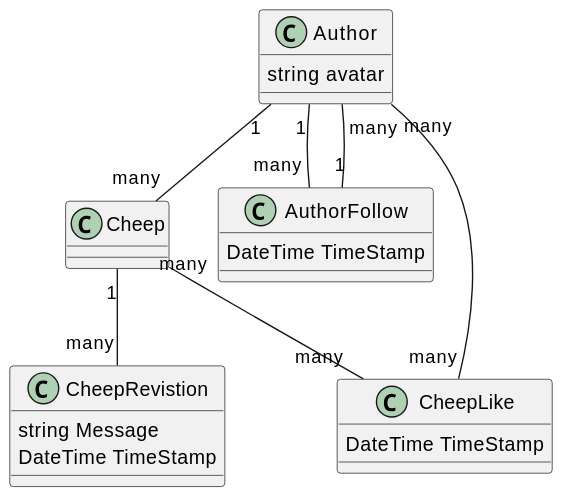
Earlier version of the PlantUML export docs/images/domain-model.svg (ITU-BDSA2024-GROUP17/Chirp).
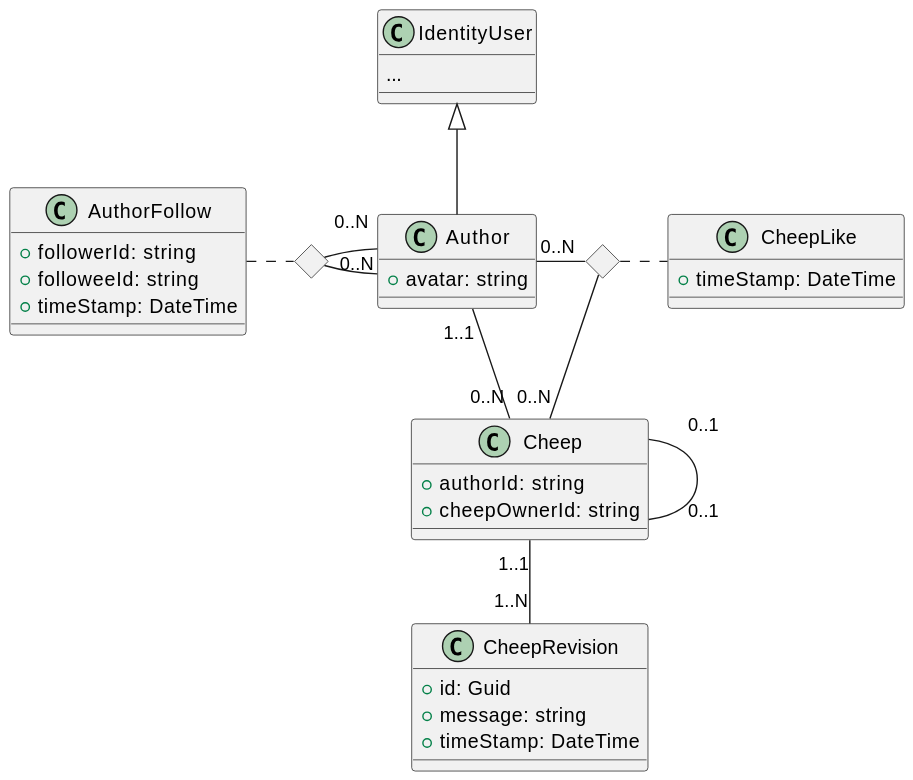
Later version of the same file.

Commit message:
Generate new domain model image

The edit, as a diff of the source:
```diff
@@ -1,18 +1,47 @@
 @startuml
-Author "1" -- "many" Cheep
-Author "1" -- "many" AuthorFollow
-AuthorFollow "1" -- "many" Author
+class IdentityUser {
+    ...
+}
 
-Cheep "1" -- "many" CheepRevistion
-Cheep "many" -- "many" CheepLike
-CheepLike "many" -- "many" Author
+class Author {
+    +avatar: string
+}
 
-Author : string avatar
+class AuthorFollow {
+    +followerId: string
+    +followeeId: string
+    +timeStamp: DateTime
+}
 
-AuthorFollow : DateTime TimeStamp
+class Cheep {
+    +authorId: string
+    +cheepOwnerId: string
+}
 
-CheepLike : DateTime TimeStamp
+class CheepLike {
+    +timeStamp: DateTime
+}
 
-CheepRevistion : string Message
-CheepRevistion : DateTime TimeStamp
+class CheepRevision {
+    +id: Guid
+    +message: string
+    +timeStamp: DateTime
+}
+
+IdentityUser <|-- Author
+
+Author "1..1" -- "0..N" Cheep
+
+<> follows
+AuthorFollow . follows
+follows - "0..N   " Author
+follows - "0..N   " Author
+
+Cheep "1..1" -- "1..N" CheepRevision
+Cheep "      0..1" -- "      0..1" Cheep
+
+<> likes
+likes . CheepLike
+Author - "0..N" likes
+likes - "0..N" Cheep
 @enduml
```
